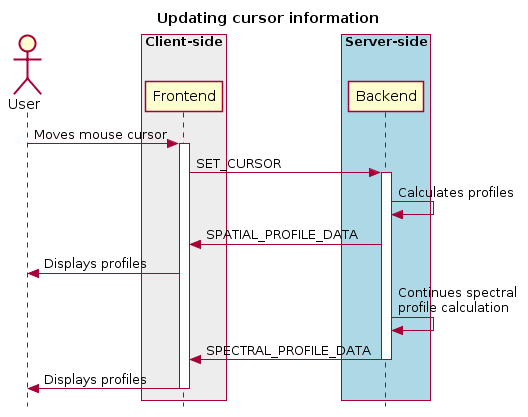
Before: docs/images/image16.png, a diagram exported from PlantUML (CARTAvis/carta-protobuf). The source it was exported from:
```plantuml
@startuml
skinparam style strictuml
hide footbox
title Updating cursor information

actor User
box "Client-side" #EDEDED
        participant Frontend
end box

box "Server-side" #lightblue
	participant Backend
end box
User -> Frontend: Moves mouse cursor
activate Frontend
Frontend -> Backend : SET_CURSOR
activate Backend
Backend <- Backend : Calculates profiles
Frontend <- Backend : SPATIAL_PROFILE_DATA
User <- Frontend : Displays profiles
Backend <- Backend : Continues spectral\nprofile calculation
Frontend <- Backend : SPECTRAL_PROFILE_DATA
deactivate Backend
User <- Frontend : Displays profiles
deactivate Frontend
@enduml
```
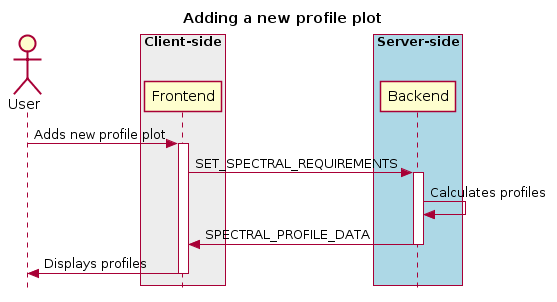
After the commit.

Diff of the diagram source:
```diff
@@ -1,7 +1,7 @@
 @startuml
 skinparam style strictuml
 hide footbox
-title Updating cursor information
+title Adding a new profile plot
 
 actor User
 box "Client-side" #EDEDED
@@ -11,14 +11,11 @@
 box "Server-side" #lightblue
 	participant Backend
 end box
-User -> Frontend: Moves mouse cursor
+User -> Frontend: Adds new profile plot
 activate Frontend
-Frontend -> Backend : SET_CURSOR
+Frontend -> Backend : SET_SPECTRAL_REQUIREMENTS
 activate Backend
 Backend <- Backend : Calculates profiles
-Frontend <- Backend : SPATIAL_PROFILE_DATA
-User <- Frontend : Displays profiles
-Backend <- Backend : Continues spectral\nprofile calculation
 Frontend <- Backend : SPECTRAL_PROFILE_DATA
 deactivate Backend
 User <- Frontend : Displays profiles
```
